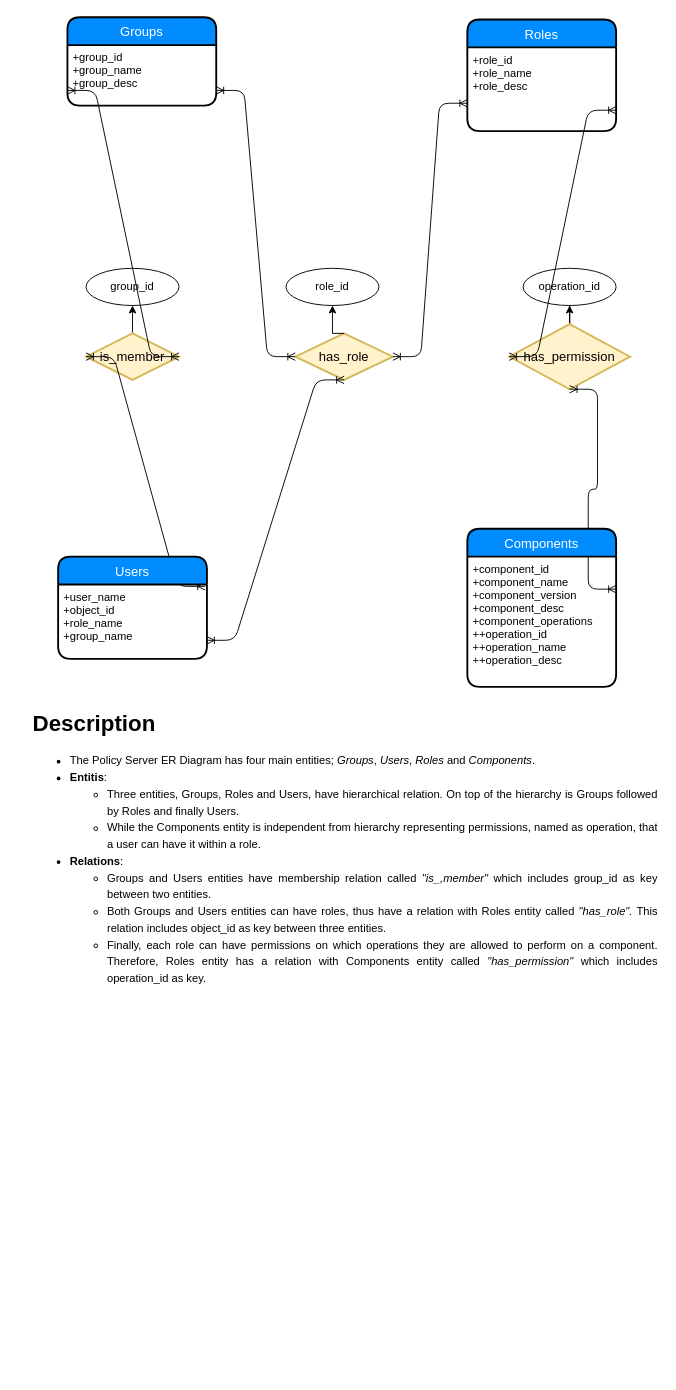
The draw.io diagram PolicyServerDiagram.drawio in gazalle/IdentityManagement, before the edit. Source tidied: cells renumbered, new cells numbered last; positions are measured from the earlier drawing's top-left corner, leaving out a move shared by most shapes. Both pictures are drawn from the tidied source at 93%, with x=0, y=0 at pixel (28, 17).
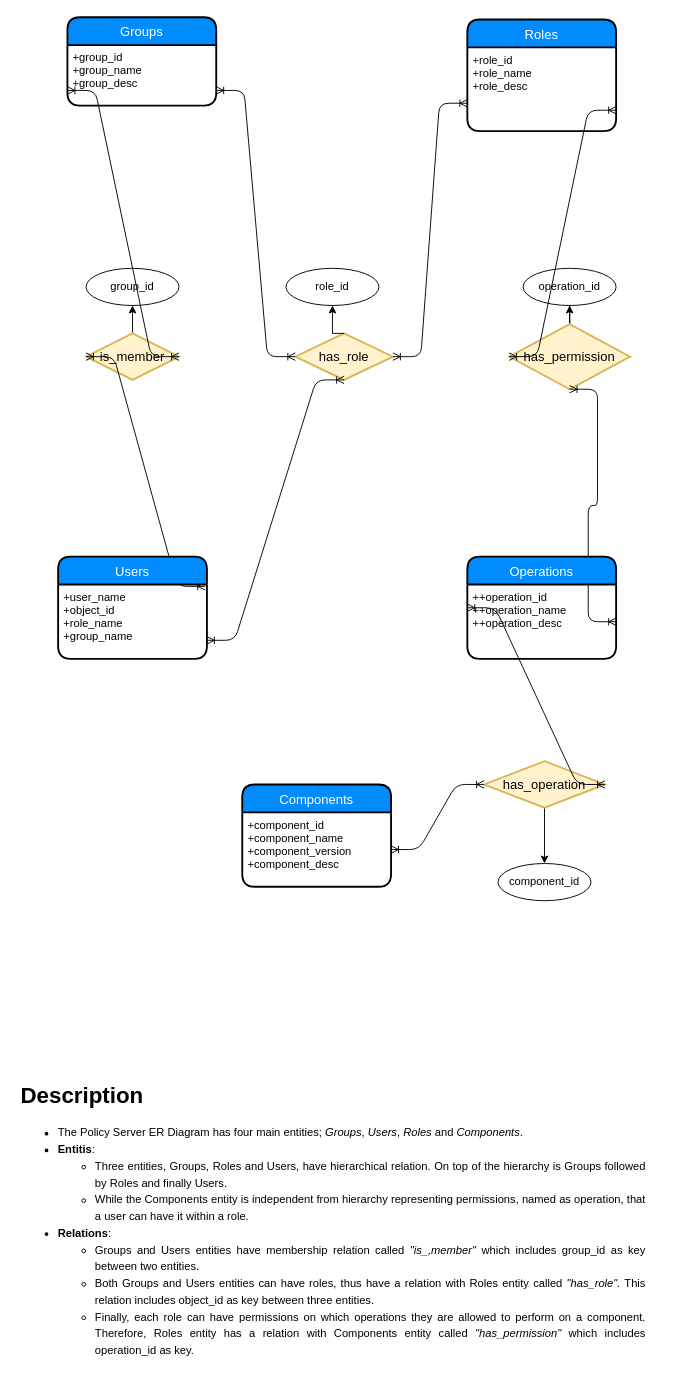
After the change.

Unchanged cells that the change refers to:
```xml
<mxCell id="8" value="has_permission" style="shape=rhombus;strokeWidth=2;fontSize=17;perimeter=rhombusPerimeter;whiteSpace=wrap;html=1;align=center;fontSize=14;fillColor=#fff2cc;strokeColor=#d6b656;" parent="1" vertex="1">
  <mxGeometry x="517" y="330" width="130" height="70" as="geometry" />
</mxCell>
```

The edit, as a diff of the source:
```diff
@@
-    <mxCell id="15" style="edgeStyle=entityRelationEdgeStyle;fontSize=12;html=1;endArrow=ERoneToMany;startArrow=ERoneToMany;exitX=1;exitY=0.25;exitDx=0;exitDy=0;entryX=0.5;entryY=1;entryDx=0;entryDy=0;" parent="1" edge="1" source="21" target="8">
-      <mxGeometry relative="1" as="geometry" />
-    </mxCell>
+    <mxCell id="27" style="edgeStyle=entityRelationEdgeStyle;fontSize=12;html=1;endArrow=ERoneToMany;startArrow=ERoneToMany;entryX=0.5;entryY=1;entryDx=0;entryDy=0;exitX=1;exitY=0.5;exitDx=0;exitDy=0;" parent="1" edge="1" source="29" target="8">
+      <mxGeometry relative="1" as="geometry" />
+    </mxCell>
@@
-    <mxCell id="20" value="Components" style="swimlane;horizontal=1;startSize=30;fillColor=#008cff;fontColor=#FFFFFF;rounded=1;fontSize=14;fontStyle=0;strokeWidth=2;shadow=0;dashed=0;align=center;" parent="1" vertex="1">
-      <mxGeometry x="472" y="550" width="160" height="170" as="geometry" />
-    </mxCell>
-    <mxCell id="21" value="+component_id&#10;+component_name&#10;+component_version&#10;+component_desc&#10;+component_operations&#10;++operation_id&#10;++operation_name&#10;++operation_desc&#10;" style="align=left;strokeColor=none;fillColor=none;spacingLeft=4;fontSize=12;verticalAlign=top;" parent="20" vertex="1">
-      <mxGeometry y="30" width="160" height="140" as="geometry" />
-    </mxCell>
@@
     <mxCell id="26" value="&lt;h1&gt;Description&lt;/h1&gt;&lt;p style=&quot;text-align: justify&quot;&gt;&lt;/p&gt;&lt;blockquote style=&quot;margin: 0 0 0 40px ; border: none ; padding: 0px&quot;&gt;&lt;/blockquote&gt;&lt;ul style=&quot;line-height: 150%&quot;&gt;&lt;li style=&quot;text-align: justify&quot;&gt;The Policy Server ER Diagram has four main entities; &lt;i&gt;Groups&lt;/i&gt;, &lt;i&gt;Users&lt;/i&gt;, &lt;i&gt;Roles&lt;/i&gt; and &lt;i&gt;Components&lt;/i&gt;.&amp;nbsp;&lt;/li&gt;&lt;li style=&quot;text-align: justify&quot;&gt;&lt;b&gt;Entitis&lt;/b&gt;:&lt;/li&gt;&lt;ul&gt;&lt;li style=&quot;text-align: justify&quot;&gt;&lt;span&gt;Three entities, Groups, Roles and Users, have hierarchical relation. On top of the hierarchy is Groups followed by Roles and finally Users.&amp;nbsp;&lt;/span&gt;&lt;/li&gt;&lt;li style=&quot;text-align: justify&quot;&gt;&lt;span&gt;While the Components entity is independent from hierarchy representing permissions, named as operation, that a user can have it within a role.&lt;/span&gt;&lt;/li&gt;&lt;/ul&gt;&lt;li style=&quot;text-align: justify&quot;&gt;&lt;b&gt;Relations&lt;/b&gt;:&lt;/li&gt;&lt;ul&gt;&lt;li style=&quot;text-align: justify&quot;&gt;Groups and Users entities have membership relation called &lt;i&gt;&quot;is_,member&quot; &lt;/i&gt;which includes group_id as key between two entities.&amp;nbsp;&lt;/li&gt;&lt;li style=&quot;text-align: justify&quot;&gt;Both Groups and Users entities can have roles, thus have a relation with Roles entity called &lt;i&gt;&quot;has_role&quot;.&lt;/i&gt; This relation includes object_id as key between three entities.&amp;nbsp;&lt;/li&gt;&lt;li style=&quot;text-align: justify&quot;&gt;Finally, each role can have permissions on which operations they are allowed to perform on a component. Therefore, Roles entity has a relation with Components entity called &lt;i&gt;&quot;has_permission&quot;&lt;/i&gt; which includes operation_id as key.&amp;nbsp;&lt;/li&gt;&lt;/ul&gt;&lt;/ul&gt;&lt;blockquote style=&quot;margin: 0 0 0 40px ; border: none ; padding: 0px&quot;&gt;&lt;/blockquote&gt;&lt;p&gt;&lt;/p&gt;" style="text;html=1;strokeColor=none;fillColor=none;spacing=5;spacingTop=-20;whiteSpace=wrap;overflow=hidden;rounded=0;" parent="1" vertex="1">
-      <mxGeometry y="740" width="680" height="320" as="geometry" />
+      <mxGeometry x="-13" y="1140" width="680" height="320" as="geometry" />
     </mxCell>
+    <mxCell id="28" value="Operations" style="swimlane;horizontal=1;startSize=30;fillColor=#008cff;fontColor=#FFFFFF;rounded=1;fontSize=14;fontStyle=0;strokeWidth=2;shadow=0;dashed=0;align=center;" parent="1" vertex="1">
+      <mxGeometry x="472" y="580" width="160" height="110" as="geometry" />
+    </mxCell>
+    <mxCell id="29" value="++operation_id&#10;++operation_name&#10;++operation_desc&#10;" style="align=left;strokeColor=none;fillColor=none;spacingLeft=4;fontSize=12;verticalAlign=top;" parent="28" vertex="1">
+      <mxGeometry y="30" width="160" height="80" as="geometry" />
+    </mxCell>
+    <mxCell id="30" style="edgeStyle=orthogonalEdgeStyle;rounded=0;jettySize=auto;html=1;" parent="1" edge="1" source="31" target="35">
+      <mxGeometry relative="1" as="geometry" />
+    </mxCell>
+    <mxCell id="31" value="has_operation" style="shape=rhombus;strokeWidth=2;fontSize=17;perimeter=rhombusPerimeter;whiteSpace=wrap;html=1;align=center;fontSize=14;fillColor=#fff2cc;strokeColor=#d6b656;" parent="1" vertex="1">
+      <mxGeometry x="490" y="800" width="130" height="50" as="geometry" />
+    </mxCell>
+    <mxCell id="32" style="edgeStyle=entityRelationEdgeStyle;fontSize=12;html=1;endArrow=ERoneToMany;startArrow=ERoneToMany;entryX=0;entryY=0.5;entryDx=0;entryDy=0;exitX=1;exitY=0.5;exitDx=0;exitDy=0;" parent="1" edge="1" source="31" target="28">
+      <mxGeometry relative="1" as="geometry" />
+    </mxCell>
+    <mxCell id="20" value="Components" style="swimlane;horizontal=1;startSize=30;fillColor=#008cff;fontColor=#FFFFFF;rounded=1;fontSize=14;fontStyle=0;strokeWidth=2;shadow=0;dashed=0;align=center;" parent="1" vertex="1">
+      <mxGeometry x="230" y="825" width="160" height="110" as="geometry" />
+    </mxCell>
+    <mxCell id="33" value="+component_id&#10;+component_name&#10;+component_version&#10;+component_desc&#10;&#10;" style="align=left;strokeColor=none;fillColor=none;spacingLeft=4;fontSize=12;verticalAlign=top;" parent="20" vertex="1">
+      <mxGeometry y="30" width="160" height="80" as="geometry" />
+    </mxCell>
+    <mxCell id="34" style="edgeStyle=entityRelationEdgeStyle;fontSize=12;html=1;endArrow=ERoneToMany;startArrow=ERoneToMany;exitX=1;exitY=0.5;exitDx=0;exitDy=0;entryX=0;entryY=0.5;entryDx=0;entryDy=0;" parent="1" edge="1" source="33" target="31">
+      <mxGeometry relative="1" as="geometry" />
+    </mxCell>
+    <mxCell id="35" value="component_id" style="ellipse;whiteSpace=wrap;html=1;" parent="1" vertex="1">
+      <mxGeometry x="505" y="910" width="100" height="40" as="geometry" />
+    </mxCell>
```
